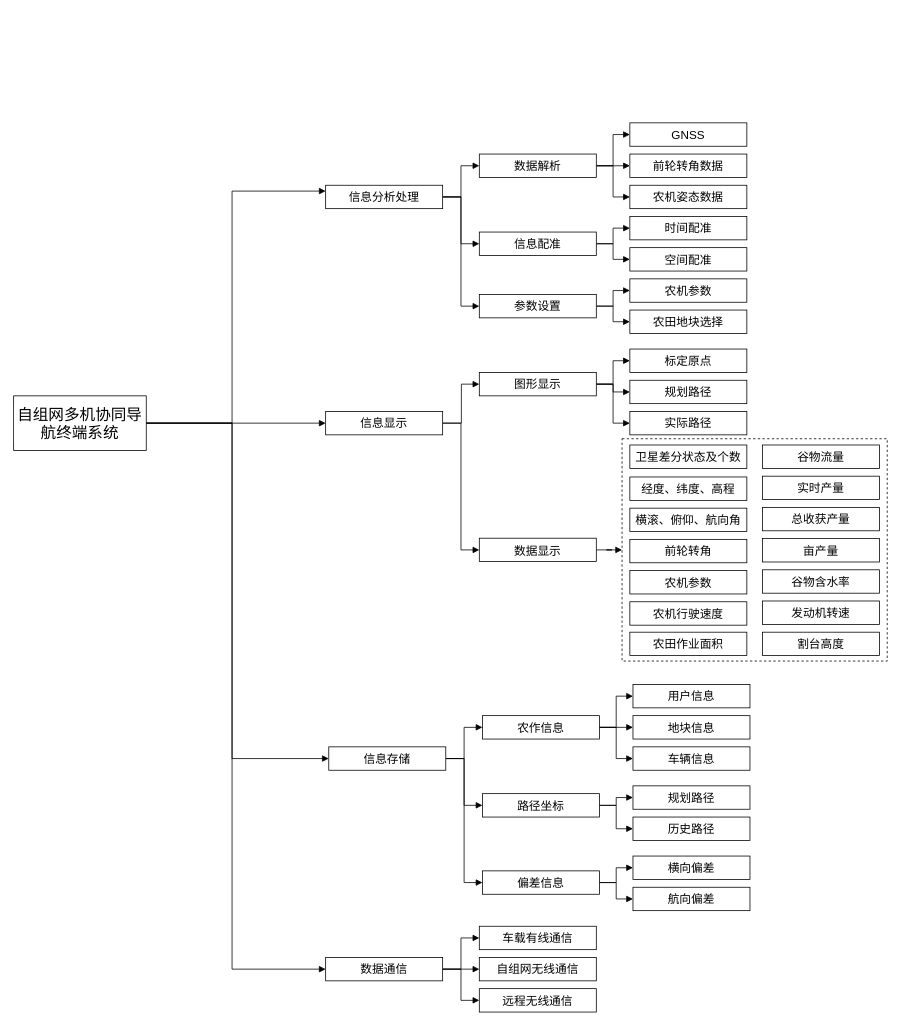
anvalue/DrawIo_SQ keeps this draw.io diagram as page "第 2 页" (2 of 2) of 系统功能层次图.drawio. Above is the earlier version. Source tidied: cells renumbered, new cells numbered last; positions are measured from the earlier drawing's top-left corner, leaving out a move shared by most shapes. Both pictures are drawn from the tidied source at 78%, with x=0, y=0 at pixel (13, 122).
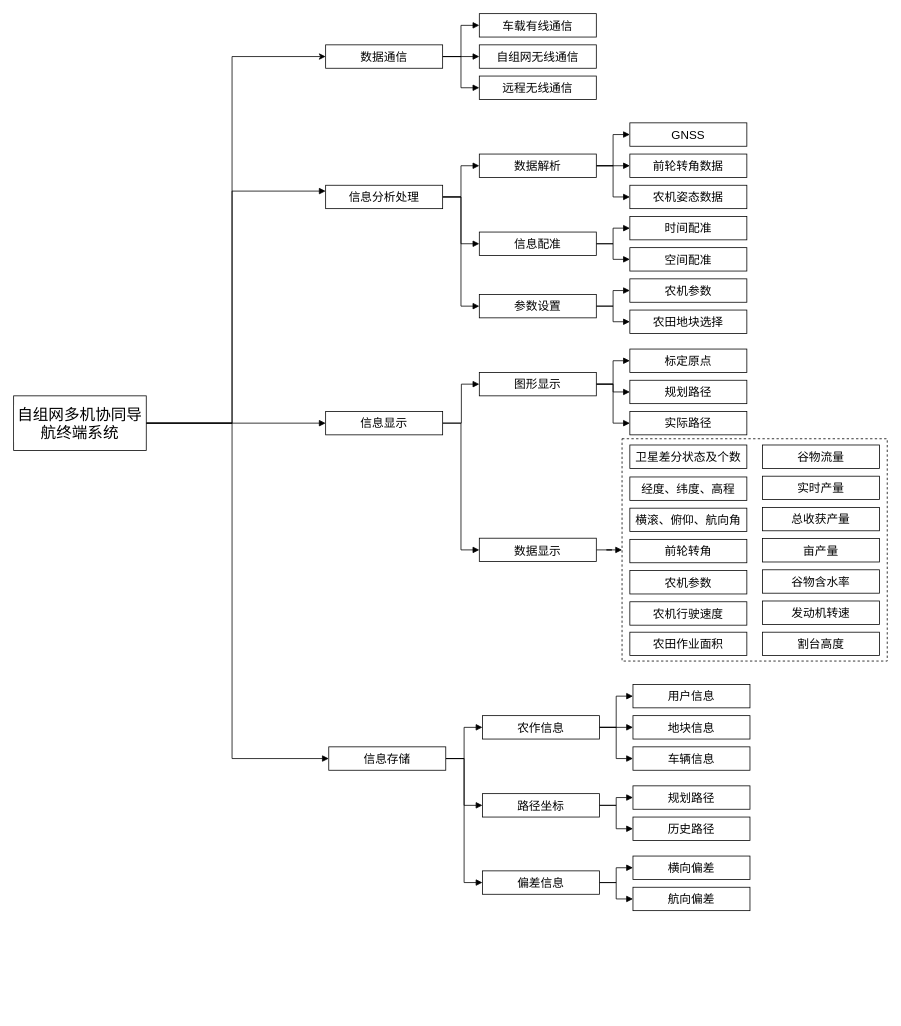
The same page after the edit.

Commit message:
更新系统功能层次图2.0.drawio

The change refers to these unchanged cells:
```xml
<mxCell id="4" value="&lt;font style=&quot;font-size: 20px;&quot; face=&quot;黑体&quot;&gt;自组网多机协同导航终端系统&lt;/font&gt;" style="rounded=0;whiteSpace=wrap;html=1;strokeColor=default;align=center;verticalAlign=middle;fontFamily=Helvetica;fontSize=15;fontColor=default;labelBackgroundColor=default;fillColor=default;" parent="1" vertex="1">
  <mxGeometry y="350" width="170" height="70" as="geometry" />
</mxCell>
```

The edit, as a diff of the source:
```diff
@@
+    <mxCell id="83" style="edgeStyle=orthogonalEdgeStyle;rounded=0;jettySize=auto;html=1;entryX=0;entryY=0.5;entryDx=0;entryDy=0;" parent="1" edge="1" source="4" target="9">
+      <mxGeometry relative="1" as="geometry">
+        <Array as="points">
+          <mxPoint x="280" y="385" />
+          <mxPoint x="280" y="-85" />
+        </Array>
+      </mxGeometry>
+    </mxCell>
@@
-    <mxCell id="8" style="edgeStyle=orthogonalEdgeStyle;rounded=0;jettySize=auto;html=1;entryX=1;entryY=0.5;entryDx=0;entryDy=0;endArrow=none;endFill=0;startArrow=block;startFill=1;" parent="1" edge="1" source="9" target="4">
-      <mxGeometry relative="1" as="geometry">
-        <Array as="points">
-          <mxPoint x="280" y="1085" />
-          <mxPoint x="280" y="385" />
-        </Array>
-      </mxGeometry>
-    </mxCell>
     <mxCell id="9" value="&lt;font style=&quot;font-size: 15px;&quot; face=&quot;黑体&quot;&gt;数据通信&lt;/font&gt;" style="rounded=0;whiteSpace=wrap;html=1;strokeColor=default;align=center;verticalAlign=middle;fontFamily=Helvetica;fontSize=15;fontColor=default;labelBackgroundColor=default;fillColor=default;" parent="1" vertex="1">
-      <mxGeometry x="400" y="1070" width="150" height="30" as="geometry" />
+      <mxGeometry x="400" y="-100" width="150" height="30" as="geometry" />
     </mxCell>
     <mxCell id="10" value="&lt;font face=&quot;黑体&quot;&gt;车载有线通信&lt;/font&gt;" style="rounded=0;whiteSpace=wrap;html=1;strokeColor=default;align=center;verticalAlign=middle;fontFamily=Helvetica;fontSize=15;fontColor=default;labelBackgroundColor=default;fillColor=default;" parent="1" vertex="1">
-      <mxGeometry x="597" y="1030" width="150" height="30" as="geometry" />
+      <mxGeometry x="597" y="-140" width="150" height="30" as="geometry" />
     </mxCell>
     <mxCell id="11" value="&lt;font face=&quot;黑体&quot;&gt;自组网无线通信&lt;/font&gt;" style="rounded=0;whiteSpace=wrap;html=1;strokeColor=default;align=center;verticalAlign=middle;fontFamily=Helvetica;fontSize=15;fontColor=default;labelBackgroundColor=default;fillColor=default;" parent="1" vertex="1">
-      <mxGeometry x="597" y="1070" width="150" height="30" as="geometry" />
+      <mxGeometry x="597" y="-100" width="150" height="30" as="geometry" />
     </mxCell>
     <mxCell id="12" value="&lt;font face=&quot;黑体&quot;&gt;远程无线通信&lt;/font&gt;" style="rounded=0;whiteSpace=wrap;html=1;strokeColor=default;align=center;verticalAlign=middle;fontFamily=Helvetica;fontSize=15;fontColor=default;labelBackgroundColor=default;fillColor=default;" parent="1" vertex="1">
-      <mxGeometry x="597" y="1110" width="150" height="30" as="geometry" />
+      <mxGeometry x="597" y="-60" width="150" height="30" as="geometry" />
     </mxCell>
```
